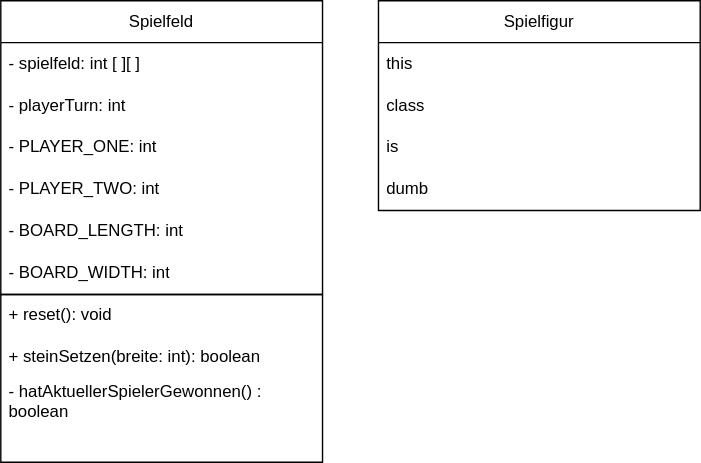
Above: VierGewinntUML.drawio.svg in LouiDev/VierGewinnt-Schule (draw.io), before the change. Source tidied: cells renumbered, new cells last; positions are measured from the earlier drawing's top-left corner, leaving out a move shared by most shapes.
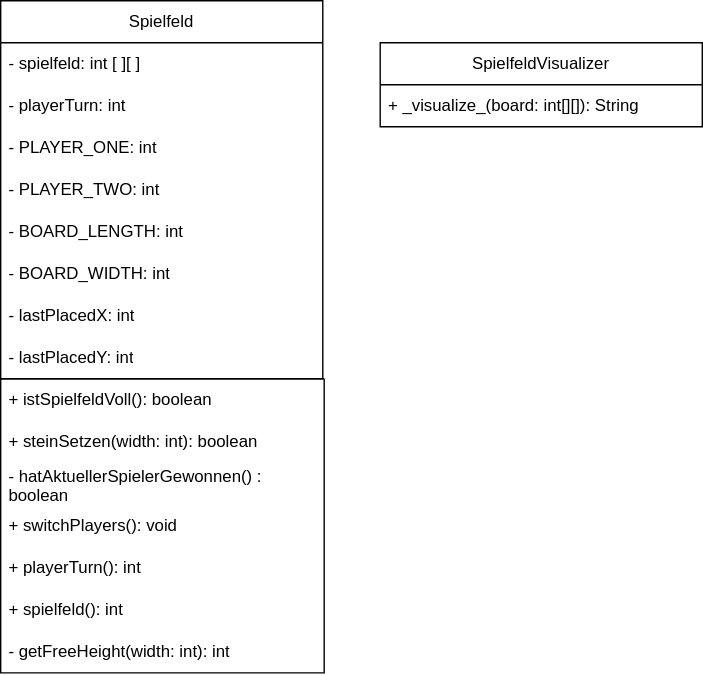
After the change.

The edit, as a diff of the source:
```diff
@@ -3,7 +3,7 @@
     <mxCell id="0" />
     <mxCell id="1" parent="0" />
     <mxCell id="2" value="Spielfeld" style="swimlane;fontStyle=0;horizontal=1;startSize=30;whiteSpace=wrap;html=1;" parent="1" vertex="1">
-      <mxGeometry width="230" height="210" as="geometry" />
+      <mxGeometry x="-1" y="-30" width="230" height="270" as="geometry" />
     </mxCell>
     <mxCell id="3" value="- spielfeld: int [ ][ ]" style="text;strokeColor=none;fillColor=none;align=left;verticalAlign=middle;spacingLeft=4;spacingRight=4;overflow=hidden;whiteSpace=wrap;html=1;" parent="2" vertex="1">
       <mxGeometry y="30" width="230" height="30" as="geometry" />
@@ -23,32 +23,41 @@
     <mxCell id="8" value="- BOARD_WIDTH: int" style="text;strokeColor=none;fillColor=none;align=left;verticalAlign=middle;spacingLeft=4;spacingRight=4;overflow=hidden;whiteSpace=wrap;html=1;" parent="2" vertex="1">
       <mxGeometry y="180" width="230" height="30" as="geometry" />
     </mxCell>
+    <mxCell id="18" value="- lastPlacedX: int" style="text;strokeColor=none;fillColor=none;align=left;verticalAlign=middle;spacingLeft=4;spacingRight=4;overflow=hidden;whiteSpace=wrap;html=1;" parent="2" vertex="1">
+      <mxGeometry y="210" width="230" height="30" as="geometry" />
+    </mxCell>
+    <mxCell id="19" value="- lastPlacedY: int" style="text;strokeColor=none;fillColor=none;align=left;verticalAlign=middle;spacingLeft=4;spacingRight=4;overflow=hidden;whiteSpace=wrap;html=1;" parent="2" vertex="1">
+      <mxGeometry y="240" width="230" height="30" as="geometry" />
+    </mxCell>
-    <mxCell id="9" value="Spielfigur" style="swimlane;fontStyle=0;horizontal=1;startSize=30;whiteSpace=wrap;html=1;" parent="1" vertex="1">
-      <mxGeometry x="270" width="230" height="150" as="geometry" />
+    <mxCell id="9" value="SpielfeldVisualizer" style="swimlane;fontStyle=0;horizontal=1;startSize=30;whiteSpace=wrap;html=1;" parent="1" vertex="1">
+      <mxGeometry x="270" width="230" height="60" as="geometry" />
     </mxCell>
-    <mxCell id="10" value="this" style="text;strokeColor=none;fillColor=none;align=left;verticalAlign=middle;spacingLeft=4;spacingRight=4;overflow=hidden;whiteSpace=wrap;html=1;" parent="9" vertex="1">
-      <mxGeometry y="30" width="230" height="30" as="geometry" />
-    </mxCell>
-    <mxCell id="11" value="class" style="text;strokeColor=none;fillColor=none;align=left;verticalAlign=middle;spacingLeft=4;spacingRight=4;overflow=hidden;whiteSpace=wrap;html=1;" parent="9" vertex="1">
-      <mxGeometry y="60" width="230" height="30" as="geometry" />
-    </mxCell>
-    <mxCell id="12" value="is" style="text;strokeColor=none;fillColor=none;align=left;verticalAlign=middle;spacingLeft=4;spacingRight=4;overflow=hidden;whiteSpace=wrap;html=1;" parent="9" vertex="1">
-      <mxGeometry y="90" width="230" height="30" as="geometry" />
-    </mxCell>
-    <mxCell id="13" value="dumb" style="text;strokeColor=none;fillColor=none;align=left;verticalAlign=middle;spacingLeft=4;spacingRight=4;overflow=hidden;whiteSpace=wrap;html=1;" parent="9" vertex="1">
-      <mxGeometry y="120" width="230" height="30" as="geometry" />
+    <mxCell id="13" value="+ _visualize_(board: int[][]): String" style="text;strokeColor=none;fillColor=none;align=left;verticalAlign=middle;spacingLeft=4;spacingRight=4;overflow=hidden;whiteSpace=wrap;html=1;" parent="9" vertex="1">
+      <mxGeometry y="30" width="230" height="30" as="geometry" />
     </mxCell>
     <mxCell id="14" style="swimlane;startSize=0;" parent="1" vertex="1">
-      <mxGeometry y="210" width="230" height="120" as="geometry" />
+      <mxGeometry x="-1" y="240" width="231" height="210" as="geometry" />
     </mxCell>
-    <mxCell id="15" value="+ steinSetzen(breite: int): boolean" style="text;strokeColor=none;fillColor=none;align=left;verticalAlign=middle;spacingLeft=4;spacingRight=4;overflow=hidden;whiteSpace=wrap;html=1;" parent="14" vertex="1">
+    <mxCell id="15" value="+ steinSetzen(width: int): boolean" style="text;strokeColor=none;fillColor=none;align=left;verticalAlign=middle;spacingLeft=4;spacingRight=4;overflow=hidden;whiteSpace=wrap;html=1;" parent="14" vertex="1">
       <mxGeometry y="30" width="230" height="30" as="geometry" />
     </mxCell>
     <mxCell id="16" value="- hatAktuellerSpielerGewonnen() : boolean" style="text;strokeColor=none;fillColor=none;align=left;verticalAlign=middle;spacingLeft=4;spacingRight=4;overflow=hidden;whiteSpace=wrap;html=1;" parent="14" vertex="1">
       <mxGeometry y="60" width="230" height="30" as="geometry" />
     </mxCell>
-    <mxCell id="17" value="+ reset(): void" style="text;strokeColor=none;fillColor=none;align=left;verticalAlign=middle;spacingLeft=4;spacingRight=4;overflow=hidden;whiteSpace=wrap;html=1;" parent="14" vertex="1">
-      <mxGeometry width="230" height="30" as="geometry" />
-    </mxCell>
+    <mxCell id="20" value="+ switchPlayers(): void" style="text;strokeColor=none;fillColor=none;align=left;verticalAlign=middle;spacingLeft=4;spacingRight=4;overflow=hidden;whiteSpace=wrap;html=1;" parent="14" vertex="1">
+      <mxGeometry y="90" width="230" height="30" as="geometry" />
+    </mxCell>
+    <mxCell id="21" value="+ playerTurn(): int" style="text;strokeColor=none;fillColor=none;align=left;verticalAlign=middle;spacingLeft=4;spacingRight=4;overflow=hidden;whiteSpace=wrap;html=1;" parent="14" vertex="1">
+      <mxGeometry y="120" width="230" height="30" as="geometry" />
+    </mxCell>
+    <mxCell id="22" value="+ spielfeld(): int&lt;span style=&quot;color: rgba(0, 0, 0, 0); font-family: monospace; font-size: 0px; white-space: nowrap;&quot;&gt;%3CmxGraphModel%3E%3Croot%3E%3CmxCell%20id%3D%220%22%2F%3E%3CmxCell%20id%3D%221%22%20parent%3D%220%22%2F%3E%3CmxCell%20id%3D%222%22%20parent%3D%221%22%20style%3D%22text%3BstrokeColor%3Dnone%3BfillColor%3Dnone%3Balign%3Dleft%3BverticalAlign%3Dmiddle%3BspacingLeft%3D4%3BspacingRight%3D4%3Boverflow%3Dhidden%3Bpoints%3D%5B%5B0%2C0.5%5D%2C%5B1%2C0.5%5D%5D%3BportConstraint%3Deastwest%3Brotatable%3D0%3BwhiteSpace%3Dwrap%3Bhtml%3D1%3B%22%20value%3D%22-%20hatAktuellerSpielerGewonnen()%20%3A%20boolean%22%20vertex%3D%221%22%3E%3CmxGeometry%20height%3D%2230%22%20width%3D%22230%22%20x%3D%22299%22%20y%3D%22330%22%20as%3D%22geometry%22%2F%3E%3C%2FmxCell%3E%3C%2Froot%3E%3C%2FmxGraphModel%3E&lt;/span&gt;" style="text;strokeColor=none;fillColor=none;align=left;verticalAlign=middle;spacingLeft=4;spacingRight=4;overflow=hidden;whiteSpace=wrap;html=1;" parent="14" vertex="1">
+      <mxGeometry y="150" width="230" height="30" as="geometry" />
+    </mxCell>
+    <mxCell id="23" value="- getFreeHeight(width: int): int" style="text;strokeColor=none;fillColor=none;align=left;verticalAlign=middle;spacingLeft=4;spacingRight=4;overflow=hidden;whiteSpace=wrap;html=1;" parent="14" vertex="1">
+      <mxGeometry y="180" width="230" height="30" as="geometry" />
+    </mxCell>
+    <mxCell id="24" value="+ istSpielfeldVoll(): boolean" style="text;strokeColor=none;fillColor=none;align=left;verticalAlign=middle;spacingLeft=4;spacingRight=4;overflow=hidden;whiteSpace=wrap;html=1;" parent="14" vertex="1">
+      <mxGeometry width="230" height="30" as="geometry" />
+    </mxCell>
   </root>
 </mxGraphModel>
```
